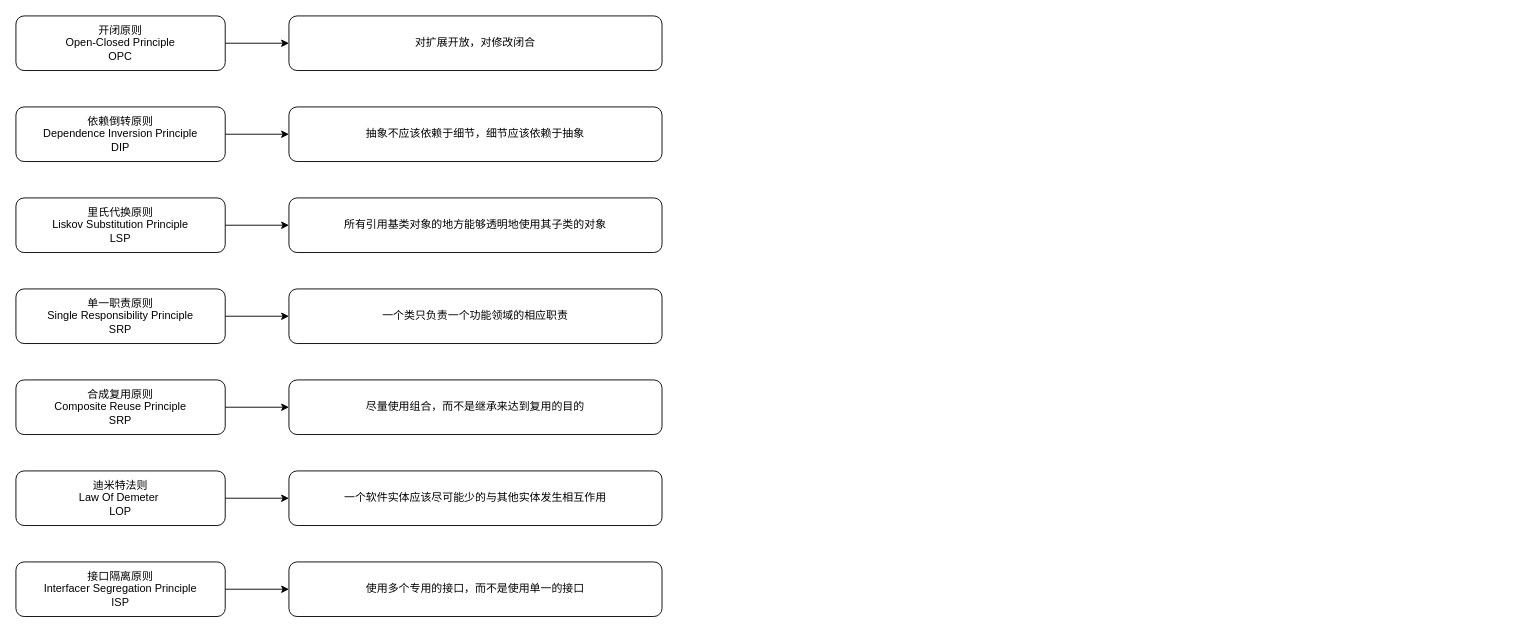
Earlier version of the draw.io diagram code_design/未命名绘图.drawio (xiujianhua/java_deep_study). Source tidied: cells renumbered, new cells numbered last; positions are measured from the earlier drawing's top-left corner, leaving out a move shared by most shapes. Both pictures are drawn from the tidied source at 91%, with x=0, y=0 at pixel (15, 15).
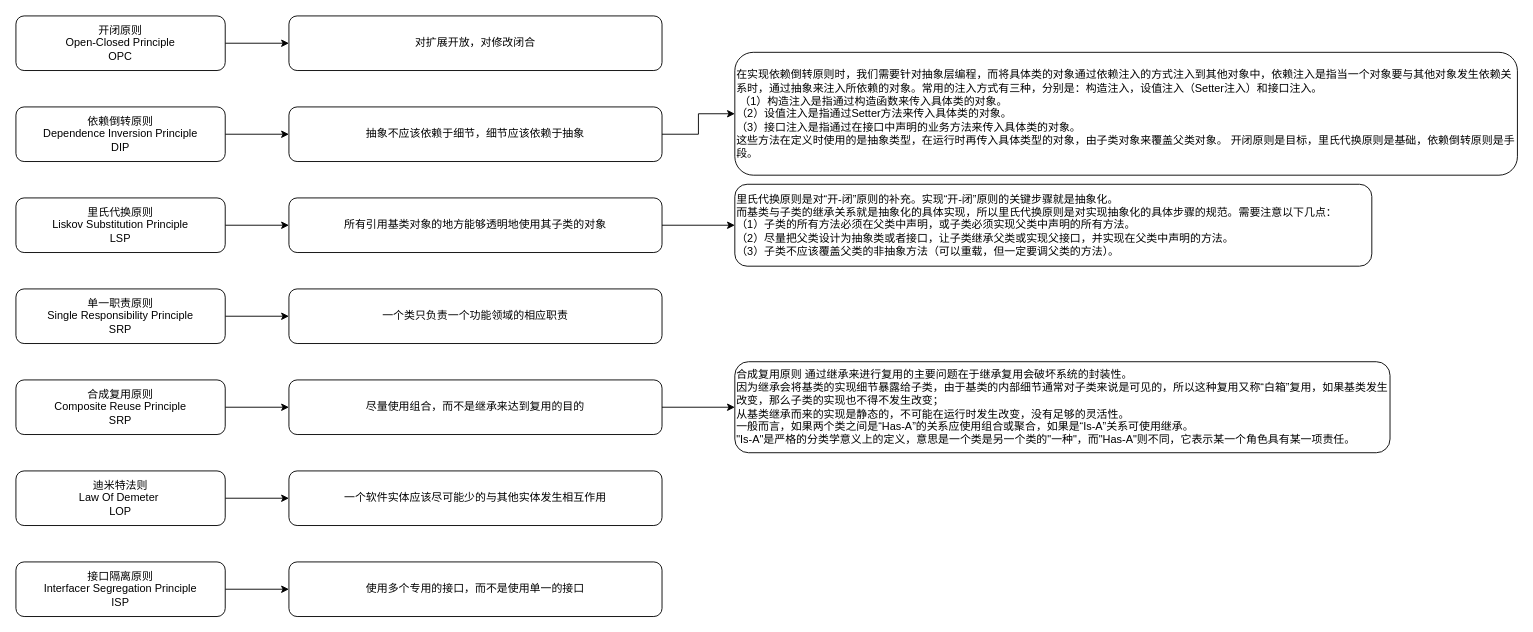
After the change.

The change refers to these unchanged cells:
```xml
<mxCell id="7" value="抽象不应该依赖于细节，细节应该依赖于抽象" style="rounded=1;whiteSpace=wrap;html=1;" parent="1" vertex="1">
  <mxGeometry x="300" y="100" width="410" height="60" as="geometry" />
</mxCell>
<mxCell id="10" value="所有引用基类对象的地方能够透明地使用其子类的对象" style="rounded=1;whiteSpace=wrap;html=1;" parent="1" vertex="1">
  <mxGeometry x="300" y="200" width="410" height="60" as="geometry" />
</mxCell>
<mxCell id="16" value="尽量使用组合，而不是继承来达到复用的目的" style="rounded=1;whiteSpace=wrap;html=1;" parent="1" vertex="1">
  <mxGeometry x="300" y="400" width="410" height="60" as="geometry" />
</mxCell>
```

Diff of the diagram source:
```diff
@@
+    <mxCell id="23" style="edgeStyle=orthogonalEdgeStyle;rounded=0;jettySize=auto;html=1;" parent="1" edge="1" source="7" target="27">
+      <mxGeometry relative="1" as="geometry" />
+    </mxCell>
@@
+    <mxCell id="24" style="edgeStyle=orthogonalEdgeStyle;rounded=0;jettySize=auto;html=1;entryX=0;entryY=0.5;entryDx=0;entryDy=0;" parent="1" edge="1" source="10" target="26">
+      <mxGeometry relative="1" as="geometry" />
+    </mxCell>
@@
+    <mxCell id="25" style="edgeStyle=orthogonalEdgeStyle;rounded=0;jettySize=auto;html=1;entryX=0;entryY=0.5;entryDx=0;entryDy=0;" parent="1" edge="1" source="16" target="28">
+      <mxGeometry relative="1" as="geometry" />
+    </mxCell>
@@
+    <mxCell id="26" value="里氏代换原则是对“开-闭”原则的补充。实现“开-闭”原则的关键步骤就是抽象化。&lt;br&gt;而基类与子类的继承关系就是抽象化的具体实现，所以里氏代换原则是对实现抽象化的具体步骤的规范。需要注意以下几点： &lt;br&gt;（1）子类的所有方法必须在父类中声明，或子类必须实现父类中声明的所有方法。 &lt;br&gt;（2）尽量把父类设计为抽象类或者接口，让子类继承父类或实现父接口，并实现在父类中声明的方法。 &lt;br&gt;&lt;div&gt;&lt;span&gt;（3）子类不应该覆盖父类的非抽象方法（可以重载，但一定要调父类的方法）。&lt;/span&gt;&lt;/div&gt;" style="rounded=1;whiteSpace=wrap;html=1;align=left;" parent="1" vertex="1">
+      <mxGeometry x="790" y="185" width="700" height="90" as="geometry" />
+    </mxCell>
+    <mxCell id="27" value="在实现依赖倒转原则时，我们需要针对抽象层编程，而将具体类的对象通过依赖注入的方式注入到其他对象中，依赖注入是指当一个对象要与其他对象发生依赖关系时，通过抽象来注入所依赖的对象。常用的注入方式有三种，分别是：构造注入，设值注入（Setter注入）和接口注入。&lt;br&gt;&amp;nbsp;（1）构造注入是指通过构造函数来传入具体类的对象。 &lt;br&gt;（2）设值注入是指通过Setter方法来传入具体类的对象。 &lt;br&gt;（3）接口注入是指通过在接口中声明的业务方法来传入具体类的对象。 &lt;br&gt;这些方法在定义时使用的是抽象类型，在运行时再传入具体类型的对象，由子类对象来覆盖父类对象。 开闭原则是目标，里氏代换原则是基础，依赖倒转原则是手段。" style="rounded=1;whiteSpace=wrap;html=1;align=left;" parent="1" vertex="1">
+      <mxGeometry x="790" y="40" width="860" height="135" as="geometry" />
+    </mxCell>
+    <mxCell id="28" value="合成复用原则 通过继承来进行复用的主要问题在于继承复用会破坏系统的封装性。&lt;br&gt;因为继承会将基类的实现细节暴露给子类，由于基类的内部细节通常对子类来说是可见的，所以这种复用又称“白箱”复用，如果基类发生改变，那么子类的实现也不得不发生改变；&lt;br&gt;从基类继承而来的实现是静态的，不可能在运行时发生改变，没有足够的灵活性。 &lt;br&gt;一般而言，如果两个类之间是“Has-A”的关系应使用组合或聚合，如果是“Is-A”关系可使用继承。&lt;br&gt;&quot;Is-A&quot;是严格的分类学意义上的定义，意思是一个类是另一个类的&quot;一种&quot;，而&quot;Has-A&quot;则不同，它表示某一个角色具有某一项责任。" style="rounded=1;whiteSpace=wrap;html=1;align=left;" parent="1" vertex="1">
+      <mxGeometry x="790" y="380" width="720" height="100" as="geometry" />
+    </mxCell>
```
